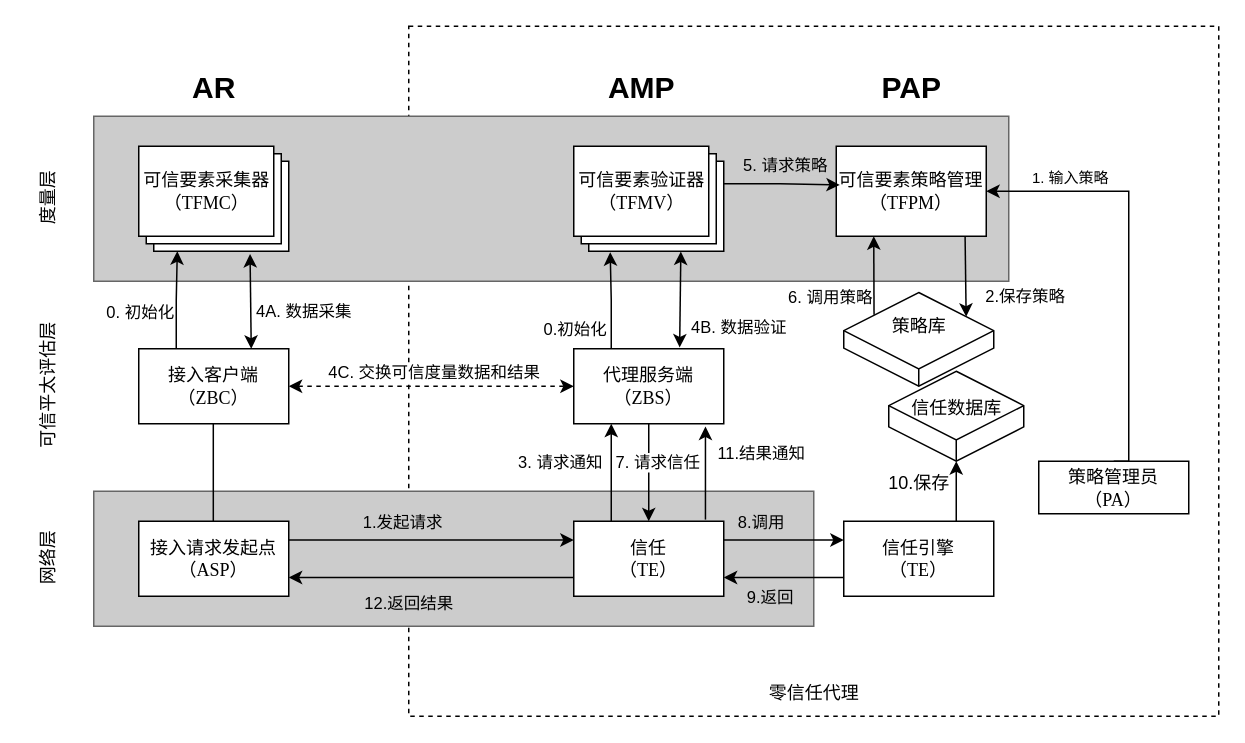
Before: testDirectory/可信接入模型.drawio in Moose1273/-, a draw.io diagram. Source tidied: cells renumbered, new cells numbered last; positions are measured from the earlier drawing's top-left corner, leaving out a move shared by most shapes. Both pictures are drawn from the tidied source at 150%, with x=0, y=0 at pixel (-34, 26).
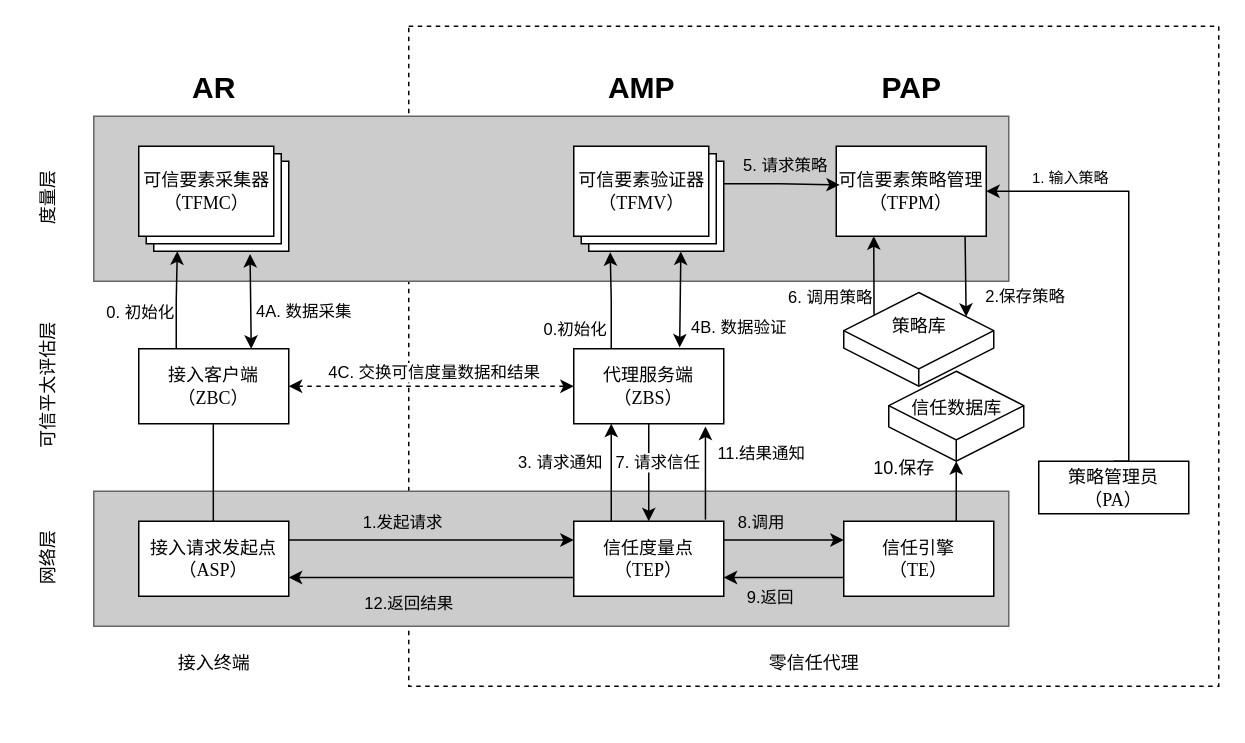
The same diagram, later.

Commit message:
更新可信接入模型.drawio

What changed in the source:
```diff
@@
     <mxCell id="2" style="rounded=0;whiteSpace=wrap;html=1;dashed=1;" parent="1" vertex="1">
-      <mxGeometry x="295" width="540" height="460" as="geometry" />
+      <mxGeometry x="295" width="540" height="440" as="geometry" />
     </mxCell>
     <mxCell id="3" style="rounded=0;whiteSpace=wrap;html=1;fillColor=#CCCCCC;fontColor=#333333;strokeColor=#666666;" parent="1" vertex="1">
-      <mxGeometry x="85" y="310" width="480" height="90" as="geometry" />
+      <mxGeometry x="85" y="310" width="610" height="90" as="geometry" />
     </mxCell>
@@
-    <mxCell id="19" value="信任&lt;br&gt;&lt;font face=&quot;Times New Roman&quot;&gt;（TE）&lt;/font&gt;" style="rounded=0;whiteSpace=wrap;html=1;" parent="1" vertex="1">
+    <mxCell id="19" value="信任度量点&lt;br&gt;&lt;font face=&quot;Times New Roman&quot;&gt;（TEP）&lt;/font&gt;" style="rounded=0;whiteSpace=wrap;html=1;" parent="1" vertex="1">
       <mxGeometry x="405" y="330" width="100" height="50" as="geometry" />
     </mxCell>
@@
     <mxCell id="53" value="10.保存" style="text;html=1;align=center;verticalAlign=middle;strokeColor=none;fillColor=none;" parent="1" vertex="1">
-      <mxGeometry x="605" y="290" width="60" height="30" as="geometry" />
+      <mxGeometry x="595" y="280" width="60" height="30" as="geometry" />
     </mxCell>
@@
     <mxCell id="61" value="零信任代理" style="text;html=1;align=center;verticalAlign=middle;strokeColor=none;fillColor=none;" parent="1" vertex="1">
-      <mxGeometry x="525" y="430" width="80" height="30" as="geometry" />
+      <mxGeometry x="525" y="410" width="80" height="30" as="geometry" />
     </mxCell>
+    <mxCell id="62" value="接入终端" style="text;html=1;align=center;verticalAlign=middle;strokeColor=none;fillColor=none;" parent="1" vertex="1">
+      <mxGeometry x="130" y="410" width="70" height="30" as="geometry" />
+    </mxCell>
```
